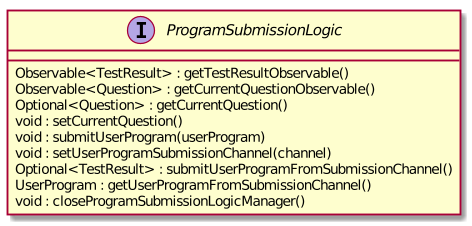
Above: docs/images/developerguide/ProgramSubmissionLogicClassDiagram.png in nus-cs2103-AY1920S1/addressbook-level3 (PlantUML), before the change. Source of this version:
```plantuml
@startuml

interface ProgramSubmissionLogic {
    Observable<TestResult> : getTestResultObservable()
    Observable<Question> : getCurrentQuestionObservable()
    Optional<Question> : getCurrentQuestion()
    void : setCurrentQuestion()
    void : submitUserProgram(userProgram)
    void : setUserProgramSubmissionChannel(channel)
    Optional<TestResult> : submitUserProgramFromSubmissionChannel()
    UserProgram : getUserProgramFromSubmissionChannel()
    void : closeProgramSubmissionLogicManager()
}

@enduml
```
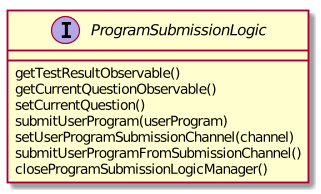
The same file after the commit.

What changed in the source:
```diff
@@ -1,15 +1,13 @@
 @startuml
 
 interface ProgramSubmissionLogic {
-    Observable<TestResult> : getTestResultObservable()
-    Observable<Question> : getCurrentQuestionObservable()
-    Optional<Question> : getCurrentQuestion()
-    void : setCurrentQuestion()
-    void : submitUserProgram(userProgram)
-    void : setUserProgramSubmissionChannel(channel)
-    Optional<TestResult> : submitUserProgramFromSubmissionChannel()
-    UserProgram : getUserProgramFromSubmissionChannel()
-    void : closeProgramSubmissionLogicManager()
+    getTestResultObservable()
+    getCurrentQuestionObservable()
+    setCurrentQuestion()
+    submitUserProgram(userProgram)
+    setUserProgramSubmissionChannel(channel)
+    submitUserProgramFromSubmissionChannel()
+    closeProgramSubmissionLogicManager()
 }
 
 @enduml
```
